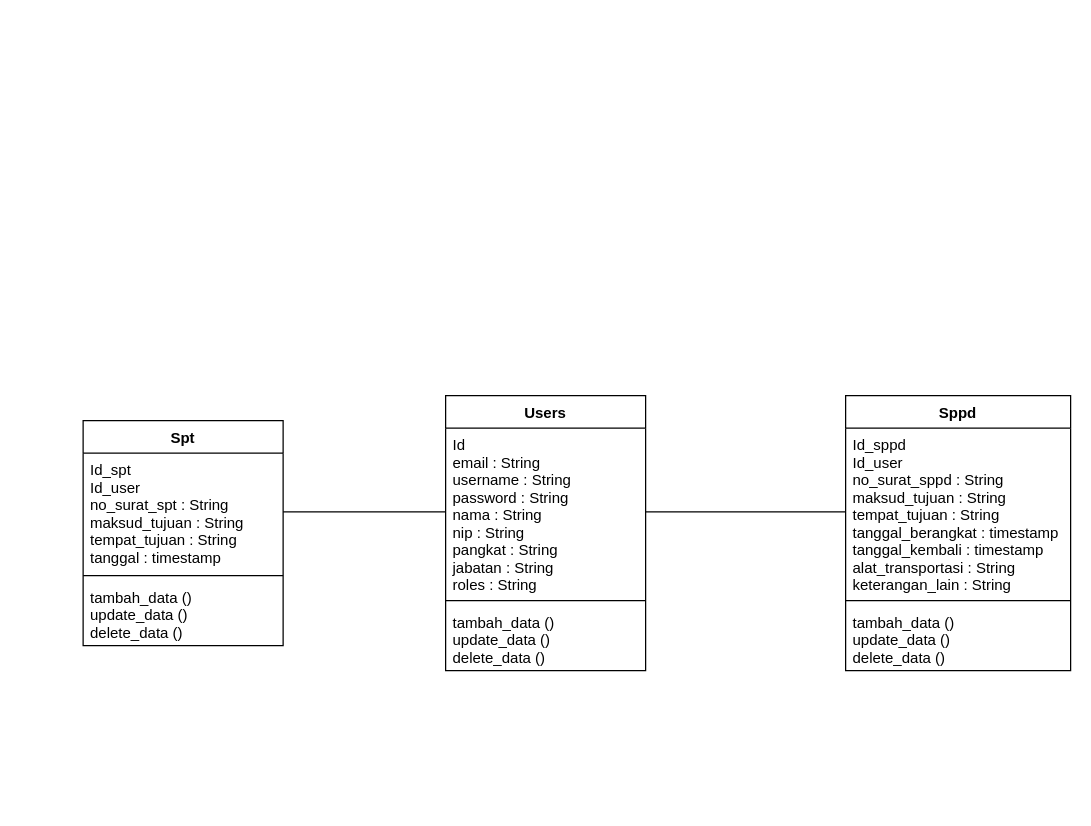
Before: Class.drawio in WahyudinAkbar/uml_diagrams, a draw.io diagram. Source tidied: cells renumbered, new cells numbered last; positions are measured from the earlier drawing's top-left corner, leaving out a move shared by most shapes. Both pictures are drawn from the tidied source at 125%, with x=0, y=0 at pixel (82, 395).
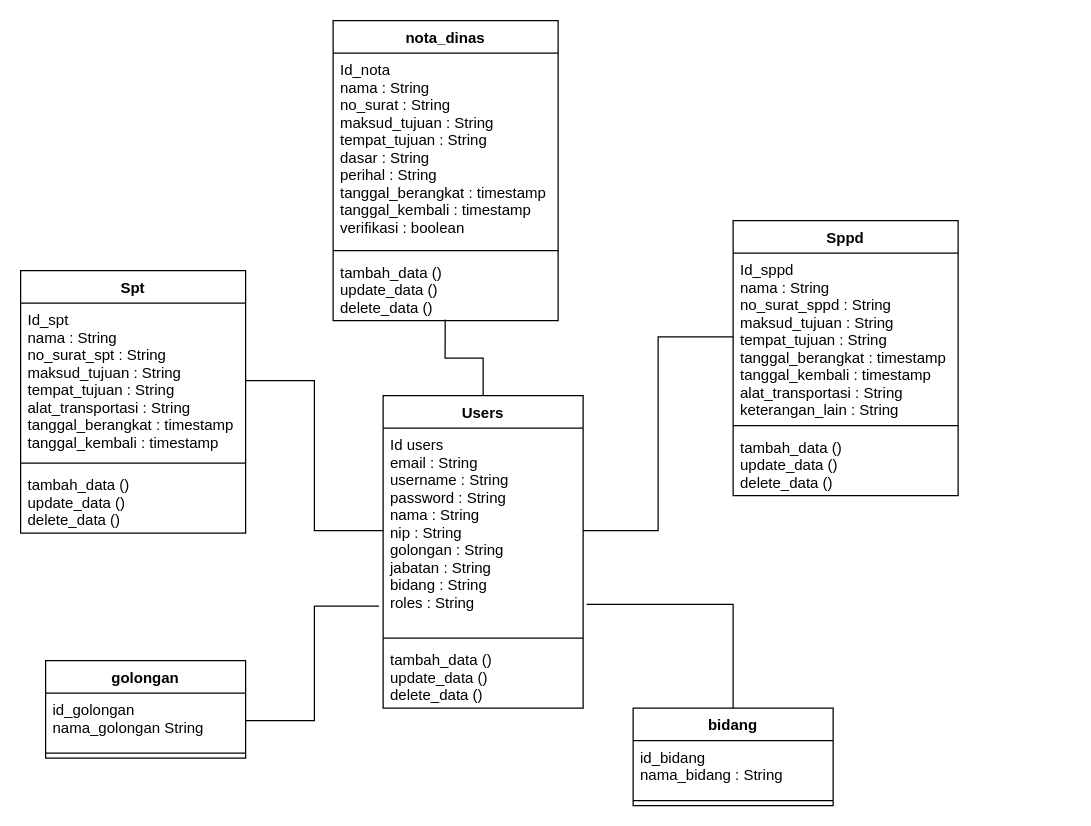
Above is the later version.

What changed in the source:
```diff
@@
+    <mxCell id="16" style="edgeStyle=orthogonalEdgeStyle;rounded=0;jettySize=auto;html=1;entryX=0.498;entryY=0.981;entryDx=0;entryDy=0;entryPerimeter=0;endArrow=none;endFill=0;" parent="1" edge="1" source="2" target="20">
+      <mxGeometry relative="1" as="geometry" />
+    </mxCell>
     <mxCell id="2" value="Users" style="swimlane;fontStyle=1;align=center;verticalAlign=top;horizontal=1;startSize=26;" parent="1" vertex="1">
-      <mxGeometry x="290" width="160" height="220" as="geometry" />
+      <mxGeometry x="240" width="160" height="250" as="geometry" />
     </mxCell>
-    <mxCell id="3" value="Id&#10;email : String &#10;username : String&#10;password : String&#10;nama : String&#10;nip : String&#10;pangkat : String&#10;jabatan : String&#10;roles : String&#10;" style="text;strokeColor=none;fillColor=none;align=left;verticalAlign=top;spacingLeft=4;spacingRight=4;overflow=hidden;points=[[0,0.5],[1,0.5]];portConstraint=eastwest;" parent="2" vertex="1">
-      <mxGeometry y="26" width="160" height="134" as="geometry" />
+    <mxCell id="3" value="Id users&#10;email : String &#10;username : String&#10;password : String&#10;nama : String&#10;nip : String&#10;golongan : String&#10;jabatan : String&#10;bidang : String&#10;roles : String&#10;" style="text;strokeColor=none;fillColor=none;align=left;verticalAlign=top;spacingLeft=4;spacingRight=4;overflow=hidden;points=[[0,0.5],[1,0.5]];portConstraint=eastwest;" parent="2" vertex="1">
+      <mxGeometry y="26" width="160" height="164" as="geometry" />
     </mxCell>
     <mxCell id="4" style="line;strokeWidth=1;fillColor=none;align=left;verticalAlign=middle;spacingTop=-1;spacingLeft=3;spacingRight=3;labelPosition=right;strokeColor=inherit;" parent="2" vertex="1">
-      <mxGeometry y="160" width="160" height="8" as="geometry" />
+      <mxGeometry y="190" width="160" height="8" as="geometry" />
     </mxCell>
     <mxCell id="5" value="tambah_data ()&#10;update_data ()&#10;delete_data ()" style="text;strokeColor=none;fillColor=none;align=left;verticalAlign=top;spacingLeft=4;spacingRight=4;overflow=hidden;" parent="2" vertex="1">
-      <mxGeometry y="168" width="160" height="52" as="geometry" />
+      <mxGeometry y="198" width="160" height="52" as="geometry" />
     </mxCell>
     <mxCell id="6" value="Spt" style="swimlane;fontStyle=1;align=center;verticalAlign=top;horizontal=1;startSize=26;" parent="1" vertex="1">
-      <mxGeometry y="20" width="160" height="180" as="geometry" />
+      <mxGeometry x="-50" y="-100" width="180" height="210" as="geometry" />
     </mxCell>
-    <mxCell id="7" value="Id_spt&#10;Id_user&#10;no_surat_spt : String&#10;maksud_tujuan : String&#10;tempat_tujuan : String&#10;tanggal : timestamp" style="text;strokeColor=none;fillColor=none;align=left;verticalAlign=top;spacingLeft=4;spacingRight=4;overflow=hidden;points=[[0,0.5],[1,0.5]];portConstraint=eastwest;" parent="6" vertex="1">
-      <mxGeometry y="26" width="160" height="94" as="geometry" />
+    <mxCell id="7" value="Id_spt&#10;nama : String&#10;no_surat_spt : String&#10;maksud_tujuan : String&#10;tempat_tujuan : String&#10;alat_transportasi : String&#10;tanggal_berangkat : timestamp&#10;tanggal_kembali : timestamp" style="text;strokeColor=none;fillColor=none;align=left;verticalAlign=top;spacingLeft=4;spacingRight=4;overflow=hidden;points=[[0,0.5],[1,0.5]];portConstraint=eastwest;" parent="6" vertex="1">
+      <mxGeometry y="26" width="180" height="124" as="geometry" />
     </mxCell>
     <mxCell id="8" style="line;strokeWidth=1;fillColor=none;align=left;verticalAlign=middle;spacingTop=-1;spacingLeft=3;spacingRight=3;labelPosition=right;strokeColor=inherit;" parent="6" vertex="1">
-      <mxGeometry y="120" width="160" height="8" as="geometry" />
+      <mxGeometry y="150" width="180" height="8" as="geometry" />
     </mxCell>
     <mxCell id="9" value="tambah_data ()&#10;update_data ()&#10;delete_data ()" style="text;strokeColor=none;fillColor=none;align=left;verticalAlign=top;spacingLeft=4;spacingRight=4;overflow=hidden;" parent="6" vertex="1">
-      <mxGeometry y="128" width="160" height="52" as="geometry" />
+      <mxGeometry y="158" width="180" height="52" as="geometry" />
     </mxCell>
     <mxCell id="10" value="Sppd" style="swimlane;fontStyle=1;align=center;verticalAlign=top;horizontal=1;startSize=26;" parent="1" vertex="1">
-      <mxGeometry x="610" width="180" height="220" as="geometry" />
+      <mxGeometry x="520" y="-140" width="180" height="220" as="geometry" />
     </mxCell>
-    <mxCell id="11" value="Id_sppd&#10;Id_user&#10;no_surat_sppd : String&#10;maksud_tujuan : String&#10;tempat_tujuan : String&#10;tanggal_berangkat : timestamp&#10;tanggal_kembali : timestamp&#10;alat_transportasi : String&#10;keterangan_lain : String&#10;" style="text;strokeColor=none;fillColor=none;align=left;verticalAlign=top;spacingLeft=4;spacingRight=4;overflow=hidden;points=[[0,0.5],[1,0.5]];portConstraint=eastwest;" parent="10" vertex="1">
+    <mxCell id="11" value="Id_sppd&#10;nama : String&#10;no_surat_sppd : String&#10;maksud_tujuan : String&#10;tempat_tujuan : String&#10;tanggal_berangkat : timestamp&#10;tanggal_kembali : timestamp&#10;alat_transportasi : String&#10;keterangan_lain : String&#10;" style="text;strokeColor=none;fillColor=none;align=left;verticalAlign=top;spacingLeft=4;spacingRight=4;overflow=hidden;points=[[0,0.5],[1,0.5]];portConstraint=eastwest;" parent="10" vertex="1">
       <mxGeometry y="26" width="180" height="134" as="geometry" />
     </mxCell>
@@
-    <mxCell id="15" style="edgeStyle=orthogonalEdgeStyle;rounded=0;jettySize=auto;html=1;endArrow=none;endFill=0;" parent="1" edge="1" source="3" target="7">
-      <mxGeometry relative="1" as="geometry" />
-    </mxCell>
+    <mxCell id="17" value="nota_dinas" style="swimlane;fontStyle=1;align=center;verticalAlign=top;horizontal=1;startSize=26;" parent="1" vertex="1">
+      <mxGeometry x="200" y="-300" width="180" height="240" as="geometry" />
+    </mxCell>
+    <mxCell id="18" value="Id_nota&#10;nama : String&#10;no_surat : String&#10;maksud_tujuan : String&#10;tempat_tujuan : String&#10;dasar : String&#10;perihal : String&#10;tanggal_berangkat : timestamp&#10;tanggal_kembali : timestamp&#10;verifikasi : boolean&#10;" style="text;strokeColor=none;fillColor=none;align=left;verticalAlign=top;spacingLeft=4;spacingRight=4;overflow=hidden;" parent="17" vertex="1">
+      <mxGeometry y="26" width="180" height="154" as="geometry" />
+    </mxCell>
+    <mxCell id="19" style="line;strokeWidth=1;fillColor=none;align=left;verticalAlign=middle;spacingTop=-1;spacingLeft=3;spacingRight=3;labelPosition=right;strokeColor=inherit;" parent="17" vertex="1">
+      <mxGeometry y="180" width="180" height="8" as="geometry" />
+    </mxCell>
+    <mxCell id="20" value="tambah_data ()&#10;update_data ()&#10;delete_data ()" style="text;strokeColor=none;fillColor=none;align=left;verticalAlign=top;spacingLeft=4;spacingRight=4;overflow=hidden;points=[[0,0.5],[1,0.5]];portConstraint=eastwest;" parent="17" vertex="1">
+      <mxGeometry y="188" width="180" height="52" as="geometry" />
+    </mxCell>
+    <mxCell id="21" value="golongan" style="swimlane;fontStyle=1;align=center;verticalAlign=top;horizontal=1;startSize=26;" parent="1" vertex="1">
+      <mxGeometry x="-30" y="212" width="160" height="78" as="geometry" />
+    </mxCell>
+    <mxCell id="22" value="id_golongan&#10;nama_golongan String" style="text;strokeColor=none;fillColor=none;align=left;verticalAlign=top;spacingLeft=4;spacingRight=4;overflow=hidden;points=[[0,0.5],[1,0.5]];portConstraint=eastwest;" parent="21" vertex="1">
+      <mxGeometry y="26" width="160" height="44" as="geometry" />
+    </mxCell>
+    <mxCell id="23" style="line;strokeWidth=1;fillColor=none;align=left;verticalAlign=middle;spacingTop=-1;spacingLeft=3;spacingRight=3;labelPosition=right;strokeColor=inherit;" parent="21" vertex="1">
+      <mxGeometry y="70" width="160" height="8" as="geometry" />
+    </mxCell>
+    <mxCell id="24" style="edgeStyle=orthogonalEdgeStyle;rounded=0;jettySize=auto;html=1;entryX=1.017;entryY=0.86;entryDx=0;entryDy=0;entryPerimeter=0;endArrow=none;endFill=0;" parent="1" edge="1" source="25" target="3">
+      <mxGeometry relative="1" as="geometry" />
+    </mxCell>
+    <mxCell id="25" value="bidang" style="swimlane;fontStyle=1;align=center;verticalAlign=top;horizontal=1;startSize=26;" parent="1" vertex="1">
+      <mxGeometry x="440" y="250" width="160" height="78" as="geometry" />
+    </mxCell>
+    <mxCell id="26" value="id_bidang&#10;nama_bidang : String" style="text;strokeColor=none;fillColor=none;align=left;verticalAlign=top;spacingLeft=4;spacingRight=4;overflow=hidden;" parent="25" vertex="1">
+      <mxGeometry y="26" width="160" height="44" as="geometry" />
+    </mxCell>
+    <mxCell id="27" style="line;strokeWidth=1;fillColor=none;align=left;verticalAlign=middle;spacingTop=-1;spacingLeft=3;spacingRight=3;labelPosition=right;strokeColor=inherit;" parent="25" vertex="1">
+      <mxGeometry y="70" width="160" height="8" as="geometry" />
+    </mxCell>
+    <mxCell id="28" style="edgeStyle=orthogonalEdgeStyle;rounded=0;jettySize=auto;html=1;entryX=0;entryY=0.5;entryDx=0;entryDy=0;endArrow=none;endFill=0;" parent="1" edge="1" source="7" target="3">
+      <mxGeometry relative="1" as="geometry" />
+    </mxCell>
+    <mxCell id="29" style="edgeStyle=orthogonalEdgeStyle;rounded=0;jettySize=auto;html=1;entryX=-0.021;entryY=0.868;entryDx=0;entryDy=0;entryPerimeter=0;endArrow=none;endFill=0;" parent="1" edge="1" source="22" target="3">
+      <mxGeometry relative="1" as="geometry" />
+    </mxCell>
```
